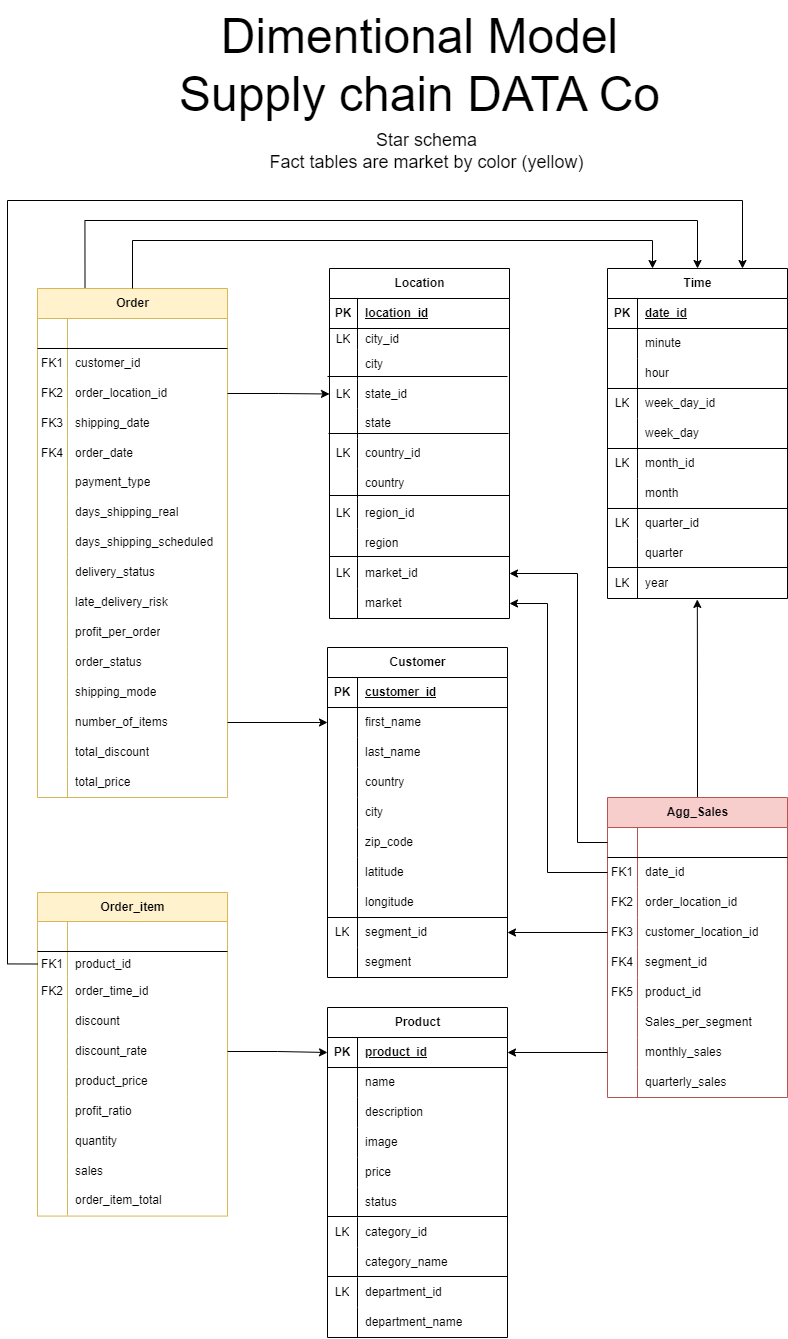
The draw.io diagram Model-designs/dimensional.drawio.png in crdsteixeira/DW_project, before a commit. Source tidied: cells renumbered, new cells last; positions are measured from the earlier drawing's top-left corner, leaving out a move shared by most shapes.
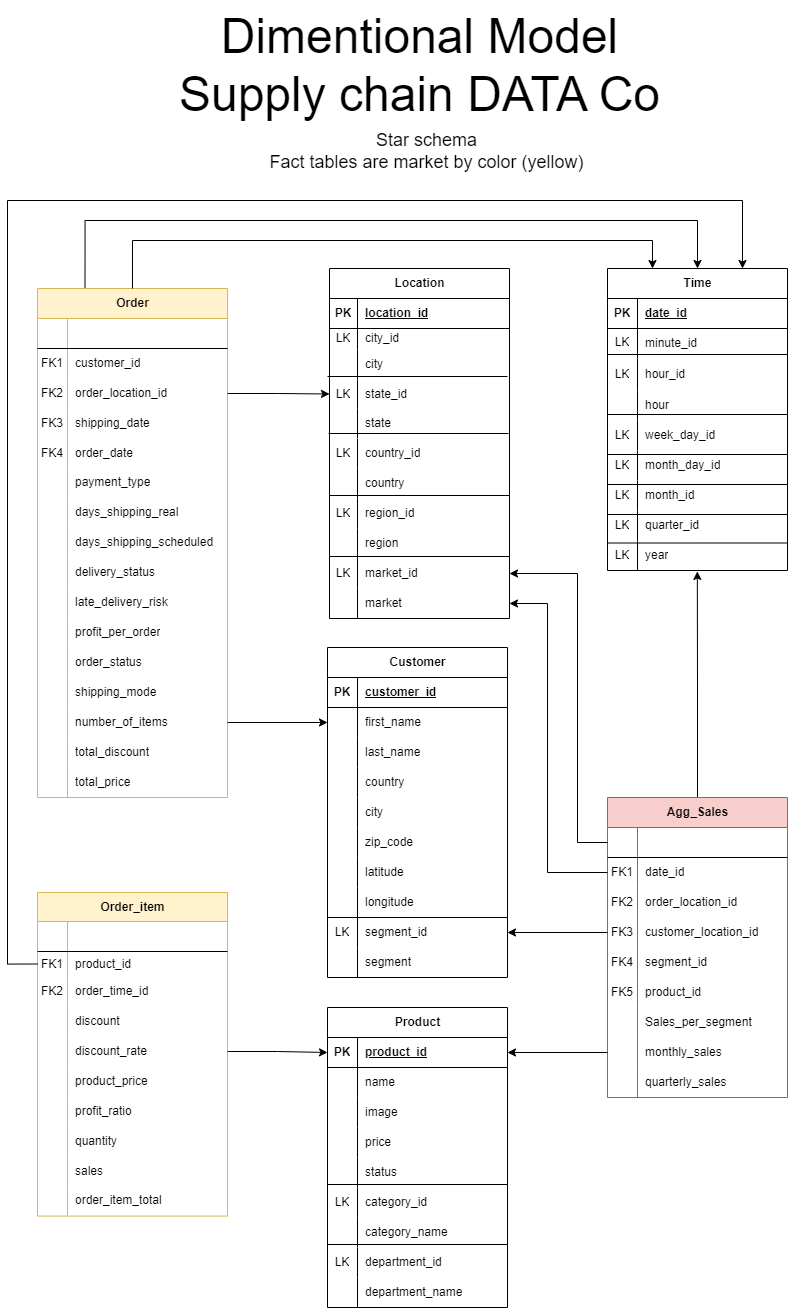
Later version of the same file.

The edit, as a diff of the source:
```diff
@@ -338,7 +338,7 @@
       <mxGeometry x="30" width="150" height="30" as="geometry" />
     </mxCell>
     <mxCell id="112" value="Time" style="shape=table;startSize=30;rowLines=0;fontStyle=1;align=center;html=1;" parent="1" vertex="1">
-      <mxGeometry x="600" y="268" width="180" height="330" as="geometry" />
+      <mxGeometry x="600" y="268" width="180" height="302" as="geometry" />
     </mxCell>
     <mxCell id="113" style="shape=tableRow;horizontal=0;startSize=0;swimlaneHead=0;swimlaneBody=0;fillColor=none;top=0;left=0;right=0;bottom=1;" parent="112" vertex="1">
       <mxGeometry y="30" width="180" height="30" as="geometry" />
@@ -355,11 +355,20 @@
     <mxCell id="117" style="shape=partialRectangle;fillColor=none;top=0;left=0;bottom=0;right=0;overflow=hidden;whiteSpace=wrap;html=1;" parent="116" vertex="1">
       <mxGeometry width="30" height="30" as="geometry" />
     </mxCell>
-    <mxCell id="118" value="minute" style="shape=partialRectangle;fillColor=none;top=0;left=0;bottom=0;right=0;align=left;spacingLeft=6;overflow=hidden;whiteSpace=wrap;html=1;" parent="116" vertex="1">
+    <mxCell id="118" value="minute_id" style="shape=partialRectangle;fillColor=none;top=0;left=0;bottom=0;right=0;align=left;spacingLeft=6;overflow=hidden;whiteSpace=wrap;html=1;" parent="116" vertex="1">
       <mxGeometry x="30" width="150" height="30" as="geometry" />
     </mxCell>
+    <mxCell id="262" style="shape=tableRow;horizontal=0;startSize=0;swimlaneHead=0;swimlaneBody=0;fillColor=none;top=0;left=0;right=0;bottom=0;" parent="112" vertex="1">
+      <mxGeometry y="90" width="180" height="32" as="geometry" />
+    </mxCell>
+    <mxCell id="263" value="LK" style="shape=partialRectangle;fillColor=none;top=0;left=0;bottom=0;right=0;overflow=hidden;whiteSpace=wrap;html=1;" parent="262" vertex="1">
+      <mxGeometry width="30" height="32" as="geometry" />
+    </mxCell>
+    <mxCell id="264" value="hour_id" style="shape=partialRectangle;fillColor=none;top=0;left=0;bottom=0;right=0;align=left;spacingLeft=6;overflow=hidden;whiteSpace=wrap;html=1;" parent="262" vertex="1">
+      <mxGeometry x="30" width="150" height="32" as="geometry" />
+    </mxCell>
     <mxCell id="119" style="shape=tableRow;horizontal=0;startSize=0;swimlaneHead=0;swimlaneBody=0;fillColor=none;top=0;left=0;right=0;bottom=0;" parent="112" vertex="1">
-      <mxGeometry y="90" width="180" height="30" as="geometry" />
+      <mxGeometry y="122" width="180" height="30" as="geometry" />
     </mxCell>
     <mxCell id="120" style="shape=partialRectangle;fillColor=none;top=0;left=0;bottom=0;right=0;overflow=hidden;whiteSpace=wrap;html=1;" parent="119" vertex="1">
       <mxGeometry width="30" height="30" as="geometry" />
@@ -368,7 +377,7 @@
       <mxGeometry x="30" width="150" height="30" as="geometry" />
     </mxCell>
     <mxCell id="122" style="shape=tableRow;horizontal=0;startSize=0;swimlaneHead=0;swimlaneBody=0;fillColor=none;top=0;left=0;right=0;bottom=0;" parent="112" vertex="1">
-      <mxGeometry y="120" width="180" height="30" as="geometry" />
+      <mxGeometry y="152" width="180" height="30" as="geometry" />
     </mxCell>
     <mxCell id="123" value="LK" style="shape=partialRectangle;fillColor=none;top=0;left=0;bottom=0;right=0;overflow=hidden;whiteSpace=wrap;html=1;" parent="122" vertex="1">
       <mxGeometry width="30" height="30" as="geometry" />
@@ -376,17 +385,17 @@
     <mxCell id="124" value="week_day_id" style="shape=partialRectangle;fillColor=none;top=0;left=0;bottom=0;right=0;align=left;spacingLeft=6;overflow=hidden;whiteSpace=wrap;html=1;" parent="122" vertex="1">
       <mxGeometry x="30" width="150" height="30" as="geometry" />
     </mxCell>
-    <mxCell id="125" style="shape=tableRow;horizontal=0;startSize=0;swimlaneHead=0;swimlaneBody=0;fillColor=none;top=0;left=0;right=0;bottom=0;" parent="112" vertex="1">
-      <mxGeometry y="150" width="180" height="30" as="geometry" />
-    </mxCell>
-    <mxCell id="126" style="shape=partialRectangle;fillColor=none;top=0;left=0;bottom=0;right=0;overflow=hidden;whiteSpace=wrap;html=1;" parent="125" vertex="1">
-      <mxGeometry width="30" height="30" as="geometry" />
-    </mxCell>
-    <mxCell id="127" value="week_day" style="shape=partialRectangle;fillColor=none;top=0;left=0;bottom=0;right=0;align=left;spacingLeft=6;overflow=hidden;whiteSpace=wrap;html=1;" parent="125" vertex="1">
-      <mxGeometry x="30" width="150" height="30" as="geometry" />
-    </mxCell>
+    <mxCell id="265" style="shape=tableRow;horizontal=0;startSize=0;swimlaneHead=0;swimlaneBody=0;fillColor=none;top=0;left=0;right=0;bottom=0;" parent="112" vertex="1">
+      <mxGeometry y="182" width="180" height="30" as="geometry" />
+    </mxCell>
+    <mxCell id="266" value="LK" style="shape=partialRectangle;fillColor=none;top=0;left=0;bottom=0;right=0;overflow=hidden;whiteSpace=wrap;html=1;" parent="265" vertex="1">
+      <mxGeometry width="30" height="30" as="geometry" />
+    </mxCell>
+    <mxCell id="267" value="month_day_id" style="shape=partialRectangle;fillColor=none;top=0;left=0;bottom=0;right=0;align=left;spacingLeft=6;overflow=hidden;whiteSpace=wrap;html=1;" parent="265" vertex="1">
+      <mxGeometry x="30" width="150" height="30" as="geometry" />
+    </mxCell>
     <mxCell id="128" style="shape=tableRow;horizontal=0;startSize=0;swimlaneHead=0;swimlaneBody=0;fillColor=none;top=0;left=0;right=0;bottom=0;" parent="112" vertex="1">
-      <mxGeometry y="180" width="180" height="30" as="geometry" />
+      <mxGeometry y="212" width="180" height="30" as="geometry" />
     </mxCell>
     <mxCell id="129" value="LK" style="shape=partialRectangle;fillColor=none;top=0;left=0;bottom=0;right=0;overflow=hidden;whiteSpace=wrap;html=1;" parent="128" vertex="1">
       <mxGeometry width="30" height="30" as="geometry" />
@@ -394,17 +403,8 @@
     <mxCell id="130" value="month_id" style="shape=partialRectangle;fillColor=none;top=0;left=0;bottom=0;right=0;align=left;spacingLeft=6;overflow=hidden;whiteSpace=wrap;html=1;" parent="128" vertex="1">
       <mxGeometry x="30" width="150" height="30" as="geometry" />
     </mxCell>
-    <mxCell id="131" style="shape=tableRow;horizontal=0;startSize=0;swimlaneHead=0;swimlaneBody=0;fillColor=none;top=0;left=0;right=0;bottom=0;" parent="112" vertex="1">
-      <mxGeometry y="210" width="180" height="30" as="geometry" />
-    </mxCell>
-    <mxCell id="132" style="shape=partialRectangle;fillColor=none;top=0;left=0;bottom=0;right=0;overflow=hidden;whiteSpace=wrap;html=1;" parent="131" vertex="1">
-      <mxGeometry width="30" height="30" as="geometry" />
-    </mxCell>
-    <mxCell id="133" value="month" style="shape=partialRectangle;fillColor=none;top=0;left=0;bottom=0;right=0;align=left;spacingLeft=6;overflow=hidden;whiteSpace=wrap;html=1;" parent="131" vertex="1">
-      <mxGeometry x="30" width="150" height="30" as="geometry" />
-    </mxCell>
     <mxCell id="134" style="shape=tableRow;horizontal=0;startSize=0;swimlaneHead=0;swimlaneBody=0;fillColor=none;top=0;left=0;right=0;bottom=0;" parent="112" vertex="1">
-      <mxGeometry y="240" width="180" height="30" as="geometry" />
+      <mxGeometry y="242" width="180" height="30" as="geometry" />
     </mxCell>
     <mxCell id="135" value="LK" style="shape=partialRectangle;fillColor=none;top=0;left=0;bottom=0;right=0;overflow=hidden;whiteSpace=wrap;html=1;" parent="134" vertex="1">
       <mxGeometry width="30" height="30" as="geometry" />
@@ -412,17 +412,8 @@
     <mxCell id="136" value="quarter_id" style="shape=partialRectangle;fillColor=none;top=0;left=0;bottom=0;right=0;align=left;spacingLeft=6;overflow=hidden;whiteSpace=wrap;html=1;" parent="134" vertex="1">
       <mxGeometry x="30" width="150" height="30" as="geometry" />
     </mxCell>
-    <mxCell id="137" style="shape=tableRow;horizontal=0;startSize=0;swimlaneHead=0;swimlaneBody=0;fillColor=none;top=0;left=0;right=0;bottom=0;" parent="112" vertex="1">
-      <mxGeometry y="270" width="180" height="30" as="geometry" />
-    </mxCell>
-    <mxCell id="138" style="shape=partialRectangle;fillColor=none;top=0;left=0;bottom=0;right=0;overflow=hidden;whiteSpace=wrap;html=1;" parent="137" vertex="1">
-      <mxGeometry width="30" height="30" as="geometry" />
-    </mxCell>
-    <mxCell id="139" value="quarter" style="shape=partialRectangle;fillColor=none;top=0;left=0;bottom=0;right=0;align=left;spacingLeft=6;overflow=hidden;whiteSpace=wrap;html=1;" parent="137" vertex="1">
-      <mxGeometry x="30" width="150" height="30" as="geometry" />
-    </mxCell>
     <mxCell id="140" style="shape=tableRow;horizontal=0;startSize=0;swimlaneHead=0;swimlaneBody=0;fillColor=none;points=[[0,0.5],[1,0.5]];portConstraint=eastwest;top=0;left=0;right=0;bottom=0;" parent="112" vertex="1">
-      <mxGeometry y="300" width="180" height="30" as="geometry" />
+      <mxGeometry y="272" width="180" height="30" as="geometry" />
     </mxCell>
     <mxCell id="141" value="LK" style="shape=partialRectangle;fillColor=none;top=0;left=0;bottom=0;right=0;overflow=hidden;whiteSpace=wrap;html=1;" parent="140" vertex="1">
       <mxGeometry width="30" height="30" as="geometry" />
@@ -533,7 +524,7 @@
       <mxGeometry x="28" width="152" height="30" as="geometry" />
     </mxCell>
     <mxCell id="177" value="Product" style="shape=table;startSize=30;rowLines=0;fontStyle=1;align=center;html=1;" parent="1" vertex="1">
-      <mxGeometry x="320" y="1007" width="180" height="330" as="geometry" />
+      <mxGeometry x="320" y="1007" width="180" height="300" as="geometry" />
     </mxCell>
     <mxCell id="178" style="shape=tableRow;horizontal=0;startSize=0;swimlaneHead=0;swimlaneBody=0;fillColor=none;points=[[0,0.5],[1,0.5]];portConstraint=eastwest;top=0;left=0;right=0;bottom=1;" parent="177" vertex="1">
       <mxGeometry y="30" width="180" height="30" as="geometry" />
@@ -553,17 +544,8 @@
     <mxCell id="183" value="name" style="shape=partialRectangle;fillColor=none;top=0;left=0;bottom=0;right=0;align=left;spacingLeft=6;overflow=hidden;whiteSpace=wrap;html=1;fontStyle=0;" parent="181" vertex="1">
       <mxGeometry x="30" width="150" height="30" as="geometry" />
     </mxCell>
-    <mxCell id="184" style="shape=tableRow;horizontal=0;startSize=0;swimlaneHead=0;swimlaneBody=0;fillColor=none;top=0;left=0;right=0;bottom=0;" parent="177" vertex="1">
-      <mxGeometry y="90" width="180" height="30" as="geometry" />
-    </mxCell>
-    <mxCell id="185" style="shape=partialRectangle;fillColor=none;top=0;left=0;bottom=0;right=0;overflow=hidden;whiteSpace=wrap;html=1;" parent="184" vertex="1">
-      <mxGeometry width="30" height="30" as="geometry" />
-    </mxCell>
-    <mxCell id="186" value="description" style="shape=partialRectangle;fillColor=none;top=0;left=0;bottom=0;right=0;align=left;spacingLeft=6;overflow=hidden;whiteSpace=wrap;html=1;fontStyle=0;" parent="184" vertex="1">
-      <mxGeometry x="30" width="150" height="30" as="geometry" />
-    </mxCell>
     <mxCell id="187" style="shape=tableRow;horizontal=0;startSize=0;swimlaneHead=0;swimlaneBody=0;fillColor=none;top=0;left=0;right=0;bottom=0;" parent="177" vertex="1">
-      <mxGeometry y="120" width="180" height="30" as="geometry" />
+      <mxGeometry y="90" width="180" height="30" as="geometry" />
     </mxCell>
     <mxCell id="188" style="shape=partialRectangle;fillColor=none;top=0;left=0;bottom=0;right=0;overflow=hidden;whiteSpace=wrap;html=1;" parent="187" vertex="1">
       <mxGeometry width="30" height="30" as="geometry" />
@@ -572,7 +554,7 @@
       <mxGeometry x="30" width="150" height="30" as="geometry" />
     </mxCell>
     <mxCell id="190" style="shape=tableRow;horizontal=0;startSize=0;swimlaneHead=0;swimlaneBody=0;fillColor=none;top=0;left=0;right=0;bottom=0;" parent="177" vertex="1">
-      <mxGeometry y="150" width="180" height="30" as="geometry" />
+      <mxGeometry y="120" width="180" height="30" as="geometry" />
     </mxCell>
     <mxCell id="191" style="shape=partialRectangle;fillColor=none;top=0;left=0;bottom=0;right=0;overflow=hidden;whiteSpace=wrap;html=1;" parent="190" vertex="1">
       <mxGeometry width="30" height="30" as="geometry" />
@@ -581,7 +563,7 @@
       <mxGeometry x="30" width="150" height="30" as="geometry" />
     </mxCell>
     <mxCell id="193" style="shape=tableRow;horizontal=0;startSize=0;swimlaneHead=0;swimlaneBody=0;fillColor=none;top=0;left=0;right=0;bottom=0;" parent="177" vertex="1">
-      <mxGeometry y="180" width="180" height="30" as="geometry" />
+      <mxGeometry y="150" width="180" height="30" as="geometry" />
     </mxCell>
     <mxCell id="194" style="shape=partialRectangle;fillColor=none;top=0;left=0;bottom=0;right=0;overflow=hidden;whiteSpace=wrap;html=1;" parent="193" vertex="1">
       <mxGeometry width="30" height="30" as="geometry" />
@@ -590,7 +572,7 @@
       <mxGeometry x="30" width="150" height="30" as="geometry" />
     </mxCell>
     <mxCell id="196" style="shape=tableRow;horizontal=0;startSize=0;swimlaneHead=0;swimlaneBody=0;fillColor=none;top=0;left=0;right=0;bottom=0;" parent="177" vertex="1">
-      <mxGeometry y="210" width="180" height="30" as="geometry" />
+      <mxGeometry y="180" width="180" height="30" as="geometry" />
     </mxCell>
     <mxCell id="197" value="LK" style="shape=partialRectangle;fillColor=none;top=0;left=0;bottom=0;right=0;overflow=hidden;whiteSpace=wrap;html=1;" parent="196" vertex="1">
       <mxGeometry width="30" height="30" as="geometry" />
@@ -599,7 +581,7 @@
       <mxGeometry x="30" width="150" height="30" as="geometry" />
     </mxCell>
     <mxCell id="199" style="shape=tableRow;horizontal=0;startSize=0;swimlaneHead=0;swimlaneBody=0;fillColor=none;top=0;left=0;right=0;bottom=0;" parent="177" vertex="1">
-      <mxGeometry y="240" width="180" height="30" as="geometry" />
+      <mxGeometry y="210" width="180" height="30" as="geometry" />
     </mxCell>
     <mxCell id="200" style="shape=partialRectangle;fillColor=none;top=0;left=0;bottom=0;right=0;overflow=hidden;whiteSpace=wrap;html=1;" parent="199" vertex="1">
       <mxGeometry width="30" height="30" as="geometry" />
@@ -608,7 +590,7 @@
       <mxGeometry x="30" width="150" height="30" as="geometry" />
     </mxCell>
     <mxCell id="202" style="shape=tableRow;horizontal=0;startSize=0;swimlaneHead=0;swimlaneBody=0;fillColor=none;top=0;left=0;right=0;bottom=0;" parent="177" vertex="1">
-      <mxGeometry y="270" width="180" height="30" as="geometry" />
+      <mxGeometry y="240" width="180" height="30" as="geometry" />
     </mxCell>
     <mxCell id="203" value="LK" style="shape=partialRectangle;fillColor=none;top=0;left=0;bottom=0;right=0;overflow=hidden;whiteSpace=wrap;html=1;" parent="202" vertex="1">
       <mxGeometry width="30" height="30" as="geometry" />
@@ -617,7 +599,7 @@
       <mxGeometry x="30" width="150" height="30" as="geometry" />
     </mxCell>
     <mxCell id="205" style="shape=tableRow;horizontal=0;startSize=0;swimlaneHead=0;swimlaneBody=0;fillColor=none;top=0;left=0;right=0;bottom=0;" parent="177" vertex="1">
-      <mxGeometry y="300" width="180" height="30" as="geometry" />
+      <mxGeometry y="270" width="180" height="30" as="geometry" />
     </mxCell>
     <mxCell id="206" style="shape=partialRectangle;fillColor=none;top=0;left=0;bottom=0;right=0;overflow=hidden;whiteSpace=wrap;html=1;" parent="205" vertex="1">
       <mxGeometry width="30" height="30" as="geometry" />
@@ -725,10 +707,10 @@
       <mxGeometry x="249" y="121" width="340" height="60" as="geometry" />
     </mxCell>
     <mxCell id="241" style="line;strokeWidth=1;fillColor=none;align=left;verticalAlign=middle;spacingTop=-1;spacingLeft=3;spacingRight=3;labelPosition=right;strokeColor=inherit;" parent="1" vertex="1">
-      <mxGeometry x="320" y="1212" width="180" height="8" as="geometry" />
+      <mxGeometry x="320" y="1180" width="180" height="8" as="geometry" />
     </mxCell>
     <mxCell id="242" style="line;strokeWidth=1;fillColor=none;align=left;verticalAlign=middle;spacingTop=-1;spacingLeft=3;spacingRight=3;labelPosition=right;strokeColor=inherit;" parent="1" vertex="1">
-      <mxGeometry x="320" y="1272" width="180" height="8" as="geometry" />
+      <mxGeometry x="320" y="1240" width="180" height="8" as="geometry" />
     </mxCell>
     <mxCell id="243" style="line;strokeWidth=1;fillColor=none;align=left;verticalAlign=middle;spacingTop=-1;spacingLeft=3;spacingRight=3;labelPosition=right;strokeColor=inherit;" parent="1" vertex="1">
       <mxGeometry x="320" y="372" width="180" height="8" as="geometry" />
@@ -743,21 +725,21 @@
       <mxGeometry x="322" y="552" width="180" height="8" as="geometry" />
     </mxCell>
     <mxCell id="247" style="line;strokeWidth=1;fillColor=none;align=left;verticalAlign=middle;spacingTop=-1;spacingLeft=3;spacingRight=3;labelPosition=right;strokeColor=inherit;" parent="1" vertex="1">
-      <mxGeometry x="600" y="384" width="180" height="8" as="geometry" />
+      <mxGeometry x="600" y="350" width="180" height="8" as="geometry" />
     </mxCell>
     <mxCell id="248" style="line;strokeWidth=1;fillColor=none;align=left;verticalAlign=middle;spacingTop=-1;spacingLeft=3;spacingRight=3;labelPosition=right;strokeColor=inherit;" parent="1" vertex="1">
-      <mxGeometry x="600" y="444" width="180" height="8" as="geometry" />
+      <mxGeometry x="600" y="450" width="180" height="8" as="geometry" />
     </mxCell>
     <mxCell id="249" style="line;strokeWidth=1;fillColor=none;align=left;verticalAlign=middle;spacingTop=-1;spacingLeft=3;spacingRight=3;labelPosition=right;strokeColor=inherit;" parent="1" vertex="1">
-      <mxGeometry x="600" y="504" width="180" height="8" as="geometry" />
+      <mxGeometry x="600" y="480" width="180" height="8" as="geometry" />
     </mxCell>
     <mxCell id="250" style="line;strokeWidth=1;fillColor=none;align=left;verticalAlign=middle;spacingTop=-1;spacingLeft=3;spacingRight=3;labelPosition=right;strokeColor=inherit;" parent="1" vertex="1">
-      <mxGeometry x="600" y="563" width="180" height="8" as="geometry" />
+      <mxGeometry x="600" y="510" width="180" height="8" as="geometry" />
     </mxCell>
     <mxCell id="251" style="line;strokeWidth=1;fillColor=none;align=left;verticalAlign=middle;spacingTop=-1;spacingLeft=3;spacingRight=3;labelPosition=right;strokeColor=inherit;" parent="1" vertex="1">
       <mxGeometry x="320" y="913" width="180" height="8" as="geometry" />
     </mxCell>
-    <mxCell id="252" style="edgeStyle=orthogonalEdgeStyle;rounded=0;jettySize=auto;html=1;exitX=1;exitY=0.5;exitDx=0;exitDy=0;entryX=0;entryY=0.5;entryDx=0;entryDy=0;" parent="1" edge="1" source="x" target="153">
+    <mxCell id="252" style="edgeStyle=orthogonalEdgeStyle;rounded=0;jettySize=auto;html=1;exitX=1;exitY=0.5;exitDx=0;exitDy=0;entryX=0;entryY=0.5;entryDx=0;entryDy=0;" parent="1" edge="1" target="153">
       <mxGeometry relative="1" as="geometry" />
     </mxCell>
     <mxCell id="253" style="edgeStyle=orthogonalEdgeStyle;rounded=0;jettySize=auto;html=1;exitX=1;exitY=0.5;exitDx=0;exitDy=0;entryX=0;entryY=0.5;entryDx=0;entryDy=0;" parent="1" edge="1" source="10" target="153">
@@ -811,5 +793,14 @@
         </Array>
       </mxGeometry>
     </mxCell>
+    <mxCell id="268" style="line;strokeWidth=1;fillColor=none;align=left;verticalAlign=middle;spacingTop=-1;spacingLeft=3;spacingRight=3;labelPosition=right;strokeColor=inherit;" parent="1" vertex="1">
+      <mxGeometry x="600" y="410" width="180" height="8" as="geometry" />
+    </mxCell>
+    <mxCell id="269" style="line;strokeWidth=1;fillColor=none;align=left;verticalAlign=middle;spacingTop=-1;spacingLeft=3;spacingRight=3;labelPosition=right;strokeColor=inherit;" parent="1" vertex="1">
+      <mxGeometry x="600" y="538.5" width="180" height="8" as="geometry" />
+    </mxCell>
+    <mxCell id="270" value="LK" style="shape=partialRectangle;fillColor=none;top=0;left=0;bottom=0;right=0;overflow=hidden;whiteSpace=wrap;html=1;" parent="1" vertex="1">
+      <mxGeometry x="600" y="326" width="30" height="32" as="geometry" />
+    </mxCell>
   </root>
 </mxGraphModel>
```
